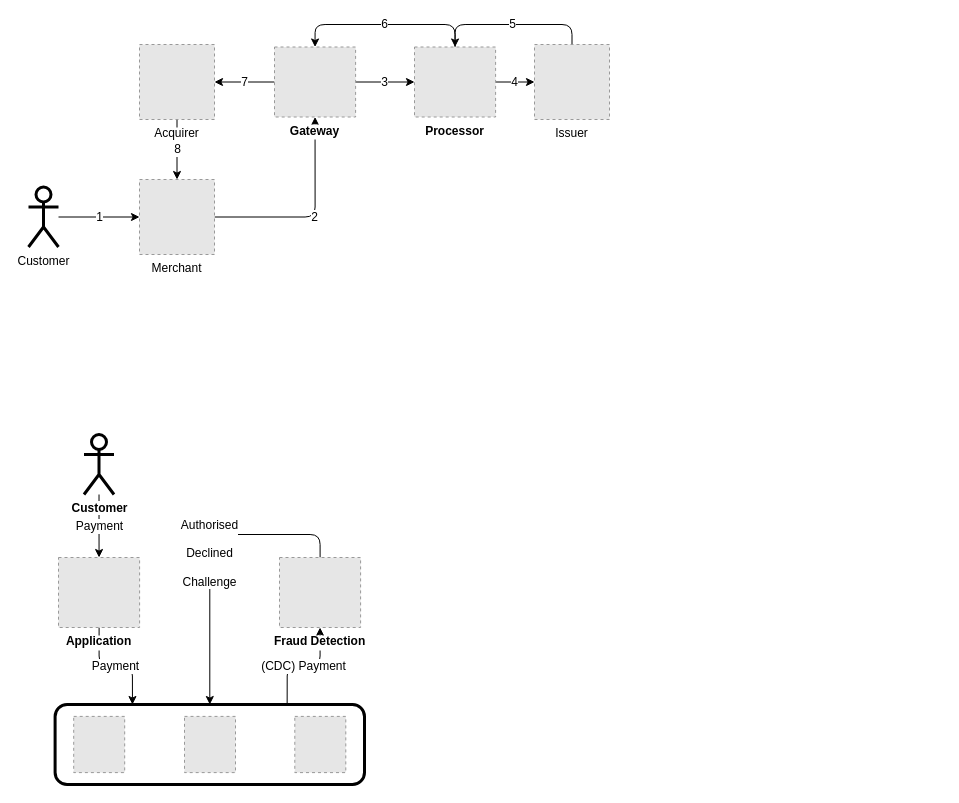
This is use_cases/payments/architecture.drawio from cockroachdb/demo-video-code, a draw.io file, before an edit. Source tidied: cells renumbered, new cells numbered last; positions are measured from the earlier drawing's top-left corner, leaving out a move shared by most shapes. Both pictures are drawn from the tidied source at 100%, with x=0, y=0 at pixel (28, 24). Pictures stored in the file or linked from it are replaced by grey dashed boxes.
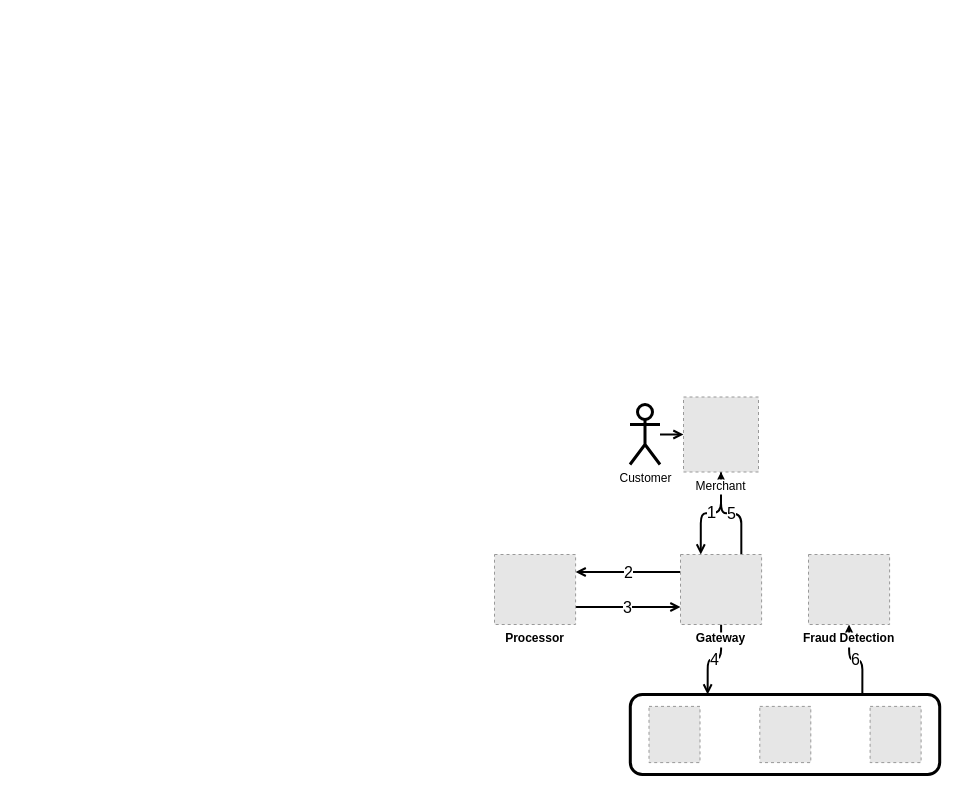
The same page after the edit.

Diff of the diagram source:
```diff
@@
-    <mxCell id="2" value="(CDC) Payment" style="edgeStyle=orthogonalEdgeStyle;sketch=0;hachureGap=4;jiggle=2;curveFitting=1;html=1;exitX=0.75;exitY=0;exitDx=0;exitDy=0;entryX=0.5;entryY=1;entryDx=0;entryDy=0;fontFamily=Helvetica;fontSize=12;" parent="1" edge="1" source="3" target="12">
-      <mxGeometry relative="1" as="geometry" />
-    </mxCell>
-    <mxCell id="3" style="rounded=1;whiteSpace=wrap;html=1;hachureGap=4;fontFamily=Helvetica;fontSize=12;fillColor=none;strokeWidth=3;" parent="1" vertex="1">
-      <mxGeometry x="26.6" y="680" width="309.4" height="80" as="geometry" />
-    </mxCell>
-    <mxCell id="4" value="Payment" style="edgeStyle=orthogonalEdgeStyle;sketch=0;hachureGap=4;jiggle=2;curveFitting=1;html=1;entryX=0.25;entryY=0;entryDx=0;entryDy=0;fontFamily=Helvetica;fontSize=12;" parent="1" edge="1" source="10" target="3">
-      <mxGeometry relative="1" as="geometry" />
-    </mxCell>
-    <mxCell id="5" value="Payment" style="edgeStyle=none;sketch=0;hachureGap=4;jiggle=2;curveFitting=1;html=1;entryX=0.5;entryY=0;entryDx=0;entryDy=0;fontFamily=Helvetica;fontSize=12;" parent="1" edge="1" source="6" target="10">
-      <mxGeometry relative="1" as="geometry" />
-    </mxCell>
-    <mxCell id="6" value="Customer" style="shape=umlActor;verticalLabelPosition=bottom;verticalAlign=top;html=1;outlineConnect=0;sketch=0;hachureGap=4;jiggle=2;curveFitting=1;strokeWidth=3;fontFamily=Helvetica;fontSize=12;fillColor=none;labelBackgroundColor=default;fontStyle=1;" parent="1" vertex="1">
-      <mxGeometry x="55.5" y="410" width="30" height="60" as="geometry" />
-    </mxCell>
-    <mxCell id="7" style="fillColor=#E6E6E6;strokeColor=#999999;dashed=1;verticalLabelPosition=bottom;labelBackgroundColor=default;verticalAlign=top;fontFamily=Architects Daughter;fontSize=20;" parent="1" vertex="1">
-      <mxGeometry x="45.2" y="691.9" width="51" height="56.2" as="geometry" />
-    </mxCell>
-    <mxCell id="8" style="fillColor=#E6E6E6;strokeColor=#999999;dashed=1;verticalLabelPosition=bottom;labelBackgroundColor=default;verticalAlign=top;fontFamily=Helvetica;fontSize=12;fontStyle=1;" parent="1" vertex="1">
-      <mxGeometry x="156" y="691.9" width="51" height="56.2" as="geometry" />
-    </mxCell>
-    <mxCell id="9" style="fillColor=#E6E6E6;strokeColor=#999999;dashed=1;verticalLabelPosition=bottom;labelBackgroundColor=default;verticalAlign=top;fontFamily=Architects Daughter;fontSize=20;" parent="1" vertex="1">
-      <mxGeometry x="266.3" y="691.9" width="51" height="56.2" as="geometry" />
-    </mxCell>
-    <mxCell id="10" value="Application" style="fillColor=#E6E6E6;strokeColor=#999999;dashed=1;verticalLabelPosition=bottom;labelBackgroundColor=default;verticalAlign=top;fontFamily=Helvetica;fontSize=12;fontStyle=1;" parent="1" vertex="1">
-      <mxGeometry x="30" y="533" width="81.1" height="70" as="geometry" />
-    </mxCell>
-    <mxCell id="11" value="Authorised&lt;br&gt;&lt;br&gt;Declined&lt;br&gt;&lt;br&gt;Challenge" style="edgeStyle=orthogonalEdgeStyle;sketch=0;hachureGap=4;jiggle=2;curveFitting=1;html=1;entryX=0.5;entryY=0;entryDx=0;entryDy=0;fontFamily=Helvetica;fontSize=12;" parent="1" edge="1" source="12" target="3">
-      <mxGeometry relative="1" as="geometry">
-        <Array as="points">
-          <mxPoint x="292" y="510" />
-          <mxPoint x="181" y="510" />
-        </Array>
-      </mxGeometry>
-    </mxCell>
-    <mxCell id="12" value="Fraud Detection" style="fillColor=#E6E6E6;strokeColor=#999999;dashed=1;verticalLabelPosition=bottom;labelBackgroundColor=default;verticalAlign=top;fontFamily=Helvetica;fontSize=12;fontStyle=1;" parent="1" vertex="1">
-      <mxGeometry x="251" y="533" width="81.1" height="70" as="geometry" />
-    </mxCell>
-    <mxCell id="13" value="1" style="edgeStyle=orthogonalEdgeStyle;sketch=0;hachureGap=4;jiggle=2;curveFitting=1;html=1;fontFamily=Helvetica;fontSize=12;" parent="1" edge="1" source="14" target="16">
-      <mxGeometry relative="1" as="geometry" />
-    </mxCell>
-    <mxCell id="14" value="Customer" style="shape=umlActor;verticalLabelPosition=bottom;verticalAlign=top;html=1;outlineConnect=0;labelBackgroundColor=default;sketch=0;hachureGap=4;jiggle=2;curveFitting=1;strokeWidth=3;fontFamily=Helvetica;fontSize=12;fillColor=none;" parent="1" vertex="1">
-      <mxGeometry y="162.5" width="30" height="60" as="geometry" />
-    </mxCell>
-    <mxCell id="15" value="2" style="edgeStyle=orthogonalEdgeStyle;sketch=0;hachureGap=4;jiggle=2;curveFitting=1;html=1;entryX=0.5;entryY=1;entryDx=0;entryDy=0;fontFamily=Helvetica;fontSize=12;" parent="1" edge="1" source="16" target="21">
-      <mxGeometry relative="1" as="geometry" />
-    </mxCell>
-    <mxCell id="16" value="Merchant" style="fillColor=#E6E6E6;strokeColor=#999999;dashed=1;verticalLabelPosition=bottom;labelBackgroundColor=default;verticalAlign=top;" parent="1" vertex="1">
-      <mxGeometry x="111" y="155" width="75" height="75" as="geometry" />
-    </mxCell>
-    <mxCell id="17" value="8" style="edgeStyle=orthogonalEdgeStyle;sketch=0;hachureGap=4;jiggle=2;curveFitting=1;html=1;fontFamily=Helvetica;fontSize=12;" parent="1" edge="1" source="18" target="16">
-      <mxGeometry relative="1" as="geometry" />
-    </mxCell>
-    <mxCell id="18" value="Acquirer" style="fillColor=#E6E6E6;strokeColor=#999999;dashed=1;verticalLabelPosition=bottom;labelBackgroundColor=default;verticalAlign=top;" parent="1" vertex="1">
-      <mxGeometry x="111" y="20" width="75" height="75" as="geometry" />
-    </mxCell>
-    <mxCell id="19" value="7" style="edgeStyle=orthogonalEdgeStyle;sketch=0;hachureGap=4;jiggle=2;curveFitting=1;html=1;fontFamily=Helvetica;fontSize=12;" parent="1" edge="1" source="21" target="18">
-      <mxGeometry relative="1" as="geometry" />
-    </mxCell>
-    <mxCell id="20" value="3" style="edgeStyle=orthogonalEdgeStyle;sketch=0;hachureGap=4;jiggle=2;curveFitting=1;html=1;fontFamily=Helvetica;fontSize=12;entryX=0;entryY=0.5;entryDx=0;entryDy=0;" parent="1" edge="1" source="21" target="26">
-      <mxGeometry relative="1" as="geometry" />
-    </mxCell>
-    <mxCell id="21" value="Gateway" style="fillColor=#E6E6E6;strokeColor=#999999;dashed=1;verticalLabelPosition=bottom;labelBackgroundColor=default;verticalAlign=top;fontFamily=Helvetica;fontSize=12;fontStyle=1;" parent="1" vertex="1">
-      <mxGeometry x="246" y="22.5" width="81.1" height="70" as="geometry" />
-    </mxCell>
+    <mxCell id="27" style="edgeStyle=orthogonalEdgeStyle;hachureGap=4;html=1;fontFamily=Helvetica;fontSize=16;strokeWidth=2;endArrow=open;endFill=0;" parent="1" edge="1" source="14" target="16">
+      <mxGeometry relative="1" as="geometry" />
+    </mxCell>
-    <mxCell id="22" value="4" style="edgeStyle=orthogonalEdgeStyle;sketch=0;hachureGap=4;jiggle=2;curveFitting=1;html=1;fontFamily=Helvetica;fontSize=12;exitX=1;exitY=0.5;exitDx=0;exitDy=0;" parent="1" edge="1" source="26" target="25">
+    <mxCell id="22" value="4" style="edgeStyle=orthogonalEdgeStyle;sketch=0;hachureGap=4;jiggle=2;curveFitting=1;html=1;entryX=0.25;entryY=0;entryDx=0;entryDy=0;strokeWidth=2;fontFamily=Helvetica;fontSize=16;endArrow=open;endFill=0;" parent="1" edge="1" source="21" target="28">
       <mxGeometry relative="1" as="geometry" />
     </mxCell>
-    <mxCell id="23" value="6" style="edgeStyle=orthogonalEdgeStyle;sketch=0;hachureGap=4;jiggle=2;curveFitting=1;html=1;entryX=0.5;entryY=0;entryDx=0;entryDy=0;fontFamily=Helvetica;fontSize=12;exitX=0.5;exitY=0;exitDx=0;exitDy=0;" parent="1" edge="1" source="26" target="21">
-      <mxGeometry relative="1" as="geometry">
-        <Array as="points">
-          <mxPoint x="427" />
-          <mxPoint x="287" />
-        </Array>
-      </mxGeometry>
+    <mxCell id="23" value="6" style="edgeStyle=orthogonalEdgeStyle;sketch=0;hachureGap=4;jiggle=2;curveFitting=1;html=1;exitX=0.75;exitY=0;exitDx=0;exitDy=0;entryX=0.5;entryY=1;entryDx=0;entryDy=0;strokeWidth=2;fontFamily=Helvetica;fontSize=16;endArrow=open;endFill=0;" parent="1" edge="1" source="28" target="12">
+      <mxGeometry relative="1" as="geometry" />
     </mxCell>
+    <mxCell id="13" value="1" style="edgeStyle=orthogonalEdgeStyle;sketch=0;hachureGap=4;jiggle=2;curveFitting=1;html=1;exitX=0.5;exitY=1;exitDx=0;exitDy=0;entryX=0.25;entryY=0;entryDx=0;entryDy=0;strokeWidth=2;fontFamily=Helvetica;fontSize=17;endArrow=open;endFill=0;" parent="1" edge="1" source="16" target="21">
+      <mxGeometry relative="1" as="geometry" />
+    </mxCell>
-    <mxCell id="24" value="5" style="edgeStyle=orthogonalEdgeStyle;sketch=0;hachureGap=4;jiggle=2;curveFitting=1;html=1;fontFamily=Helvetica;fontSize=12;entryX=0.5;entryY=0;entryDx=0;entryDy=0;" parent="1" edge="1" source="25" target="26">
-      <mxGeometry relative="1" as="geometry">
-        <Array as="points">
-          <mxPoint x="544" />
-          <mxPoint x="427" />
-        </Array>
-      </mxGeometry>
+    <mxCell id="24" value="5" style="edgeStyle=orthogonalEdgeStyle;sketch=0;hachureGap=4;jiggle=2;curveFitting=1;html=1;exitX=0.75;exitY=0;exitDx=0;exitDy=0;entryX=0.5;entryY=1;entryDx=0;entryDy=0;strokeWidth=2;fontFamily=Helvetica;fontSize=16;endArrow=open;endFill=0;" parent="1" edge="1" source="21" target="16">
+      <mxGeometry relative="1" as="geometry" />
     </mxCell>
-    <mxCell id="25" value="Issuer" style="fillColor=#E6E6E6;strokeColor=#999999;dashed=1;verticalLabelPosition=bottom;labelBackgroundColor=default;verticalAlign=top;" parent="1" vertex="1">
-      <mxGeometry x="506" y="20" width="75" height="75" as="geometry" />
-    </mxCell>
+    <mxCell id="15" value="2" style="edgeStyle=orthogonalEdgeStyle;sketch=0;hachureGap=4;jiggle=2;curveFitting=1;html=1;exitX=0;exitY=0.25;exitDx=0;exitDy=0;entryX=1;entryY=0.25;entryDx=0;entryDy=0;strokeWidth=2;fontFamily=Helvetica;fontSize=16;endArrow=open;endFill=0;" parent="1" edge="1" source="21" target="26">
+      <mxGeometry relative="1" as="geometry" />
+    </mxCell>
+    <mxCell id="20" value="3" style="edgeStyle=orthogonalEdgeStyle;sketch=0;hachureGap=4;jiggle=2;curveFitting=1;html=1;exitX=1;exitY=0.75;exitDx=0;exitDy=0;entryX=0;entryY=0.75;entryDx=0;entryDy=0;strokeWidth=2;fontFamily=Helvetica;fontSize=16;endArrow=open;endFill=0;" parent="1" edge="1" source="26" target="21">
+      <mxGeometry relative="1" as="geometry" />
+    </mxCell>
+    <mxCell id="14" value="Customer" style="shape=umlActor;verticalLabelPosition=bottom;verticalAlign=top;html=1;outlineConnect=0;labelBackgroundColor=default;sketch=0;hachureGap=4;jiggle=2;curveFitting=1;strokeWidth=3;fontFamily=Helvetica;fontSize=12;fillColor=none;" parent="1" vertex="1">
+      <mxGeometry x="601.5" y="380" width="30" height="60" as="geometry" />
+    </mxCell>
+    <mxCell id="16" value="Merchant" style="fillColor=#E6E6E6;strokeColor=#999999;dashed=1;verticalLabelPosition=bottom;labelBackgroundColor=default;verticalAlign=top;" parent="1" vertex="1">
+      <mxGeometry x="655" y="372.5" width="75" height="75" as="geometry" />
+    </mxCell>
+    <mxCell id="21" value="Gateway" style="fillColor=#E6E6E6;strokeColor=#999999;dashed=1;verticalLabelPosition=bottom;labelBackgroundColor=default;verticalAlign=top;fontFamily=Helvetica;fontSize=12;fontStyle=1;" parent="1" vertex="1">
+      <mxGeometry x="652" y="530" width="81.1" height="70" as="geometry" />
+    </mxCell>
     <mxCell id="26" value="Processor" style="fillColor=#E6E6E6;strokeColor=#999999;dashed=1;verticalLabelPosition=bottom;labelBackgroundColor=default;verticalAlign=top;fontFamily=Helvetica;fontSize=12;fontStyle=1;" parent="1" vertex="1">
-      <mxGeometry x="386" y="22.5" width="81.1" height="70" as="geometry" />
+      <mxGeometry x="466" y="530" width="81.1" height="70" as="geometry" />
     </mxCell>
+    <mxCell id="12" value="Fraud Detection" style="fillColor=#E6E6E6;strokeColor=#999999;dashed=1;verticalLabelPosition=bottom;labelBackgroundColor=default;verticalAlign=top;fontFamily=Helvetica;fontSize=12;fontStyle=1;" parent="1" vertex="1">
+      <mxGeometry x="780" y="530" width="81.1" height="70" as="geometry" />
+    </mxCell>
+    <mxCell id="28" style="rounded=1;whiteSpace=wrap;html=1;hachureGap=4;fontFamily=Helvetica;fontSize=12;fillColor=none;strokeWidth=3;" parent="1" vertex="1">
+      <mxGeometry x="601.8" y="670" width="309.4" height="80" as="geometry" />
+    </mxCell>
+    <mxCell id="29" style="fillColor=#E6E6E6;strokeColor=#999999;dashed=1;verticalLabelPosition=bottom;labelBackgroundColor=default;verticalAlign=top;fontFamily=Architects Daughter;fontSize=20;" parent="1" vertex="1">
+      <mxGeometry x="620.5" y="681.9" width="51" height="56.2" as="geometry" />
+    </mxCell>
+    <mxCell id="30" style="fillColor=#E6E6E6;strokeColor=#999999;dashed=1;verticalLabelPosition=bottom;labelBackgroundColor=default;verticalAlign=top;fontFamily=Helvetica;fontSize=12;fontStyle=1;" parent="1" vertex="1">
+      <mxGeometry x="731.3" y="681.9" width="51" height="56.2" as="geometry" />
+    </mxCell>
+    <mxCell id="31" style="fillColor=#E6E6E6;strokeColor=#999999;dashed=1;verticalLabelPosition=bottom;labelBackgroundColor=default;verticalAlign=top;fontFamily=Architects Daughter;fontSize=20;" parent="1" vertex="1">
+      <mxGeometry x="841.6" y="681.9" width="51" height="56.2" as="geometry" />
+    </mxCell>
```
